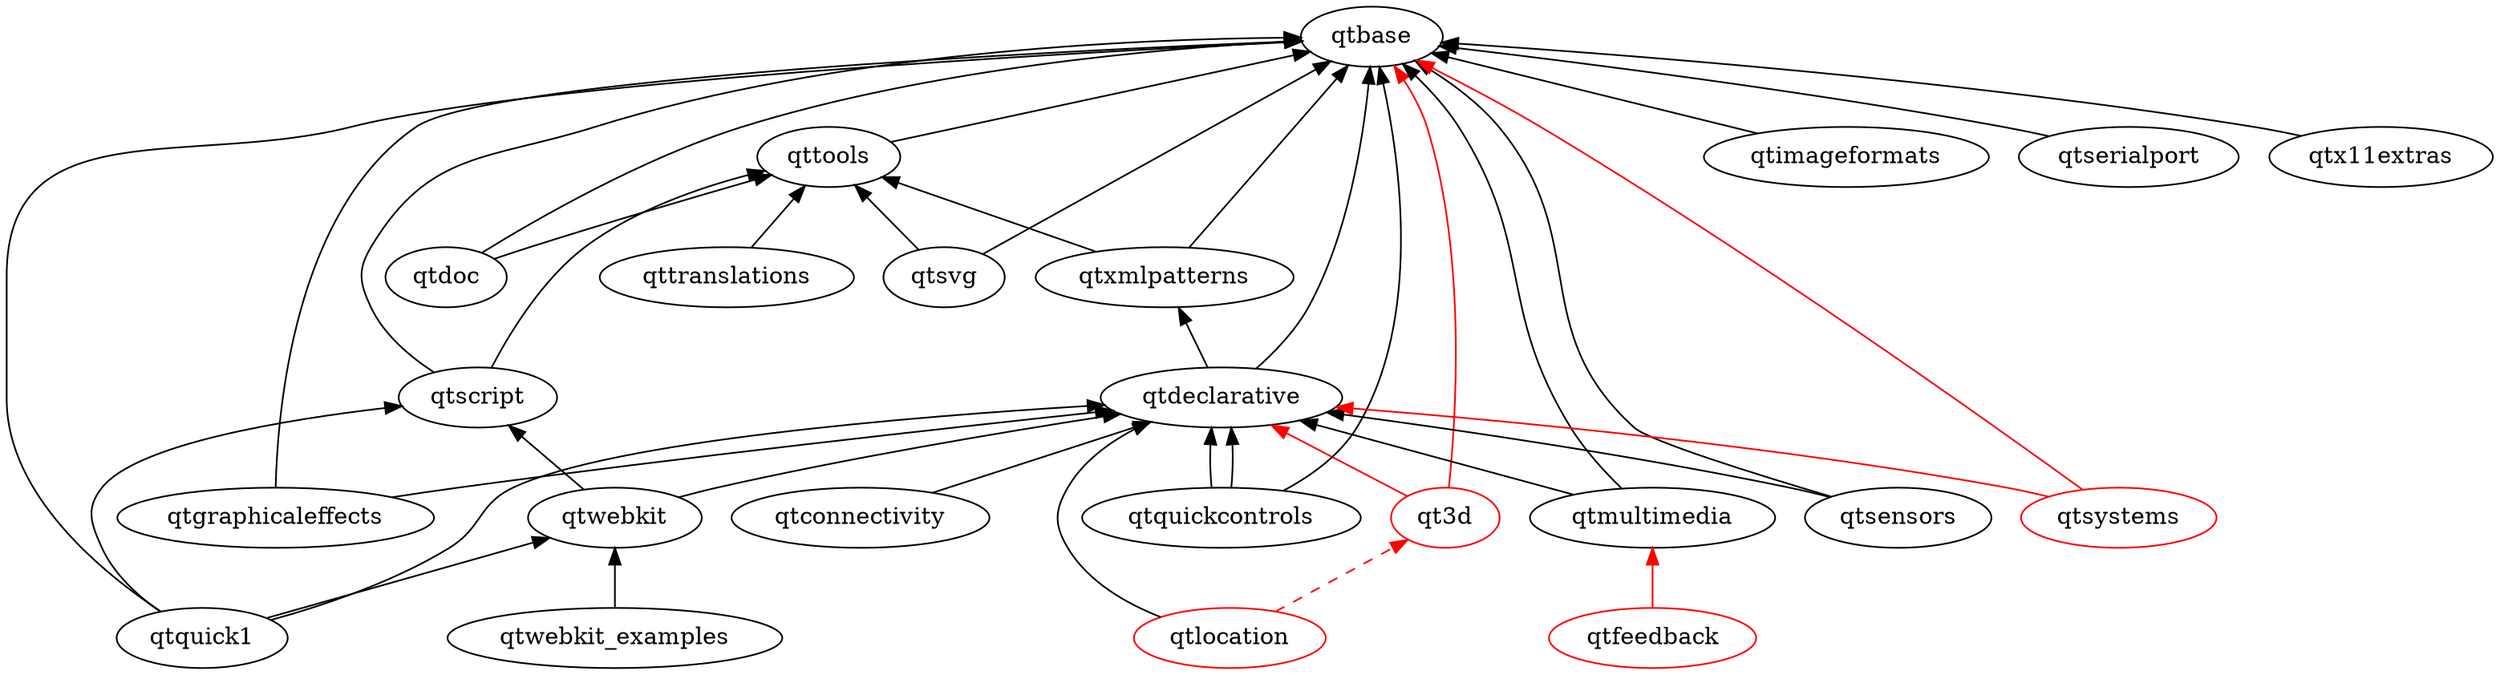
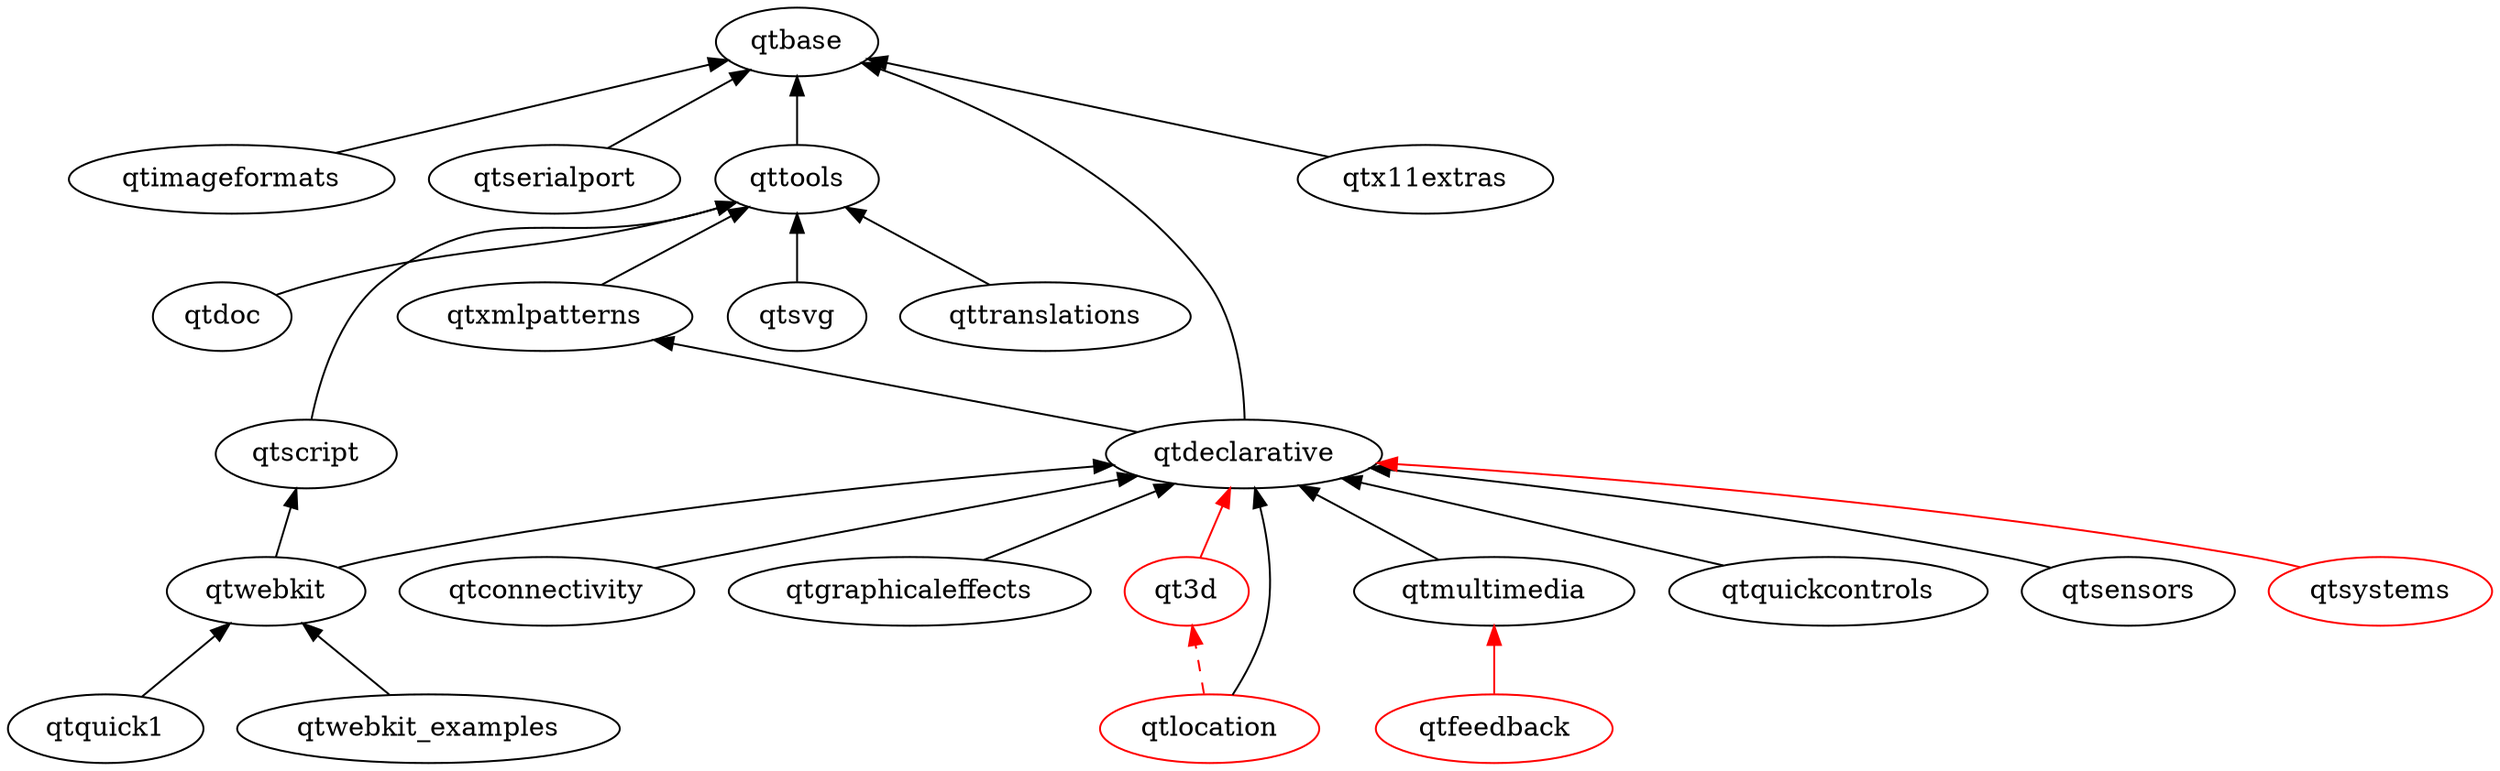
digraph qt5 {
  graph [
    rankdir = "BT"
  ]

  qt3d [ color = red ]
  qtbase
  qtconnectivity
  qtdeclarative
  qtdoc
  qtfeedback [ color = red ]
  qtgraphicaleffects
  qtimageformats
  qtlocation [color = red]
  qtmultimedia
  qtquick1
  qtquickcontrols
  qtscript
  qtsensors
  qtserialport
  qtsvg
  qtsystems [ color = red ]
  qttools
  qttranslations
  qtwebkit
  qtwebkit_examples
  qtx11extras
  qtxmlpatterns

  qtconnectivity -> qtdeclarative
  qtdeclarative -> qtbase
  qtdeclarative -> qtxmlpatterns
-   qtdoc -> qtbase
  qtdoc -> qttools
-   qtgraphicaleffects -> qtbase
  qtgraphicaleffects -> qtdeclarative
  qtimageformats -> qtbase
-   qtmultimedia -> qtbase
  qtmultimedia -> qtdeclarative
-   qtquick1 -> qtbase
-   qtquick1 -> qtdeclarative
-   qtquick1 -> qtscript
  qtquick1 -> qtwebkit
-   qtquickcontrols -> qtbase
  qtquickcontrols -> qtdeclarative
-   qtquickcontrols -> qtdeclarative
-   qtsensors -> qtbase
  qtsensors -> qtdeclarative
  qtserialport -> qtbase
-   qtscript -> qtbase
  qtscript -> qttools
-   qtsvg -> qtbase
  qtsvg -> qttools
  qttools -> qtbase
  qttranslations -> qttools
  qtwebkit -> qtdeclarative
  qtwebkit -> qtscript
  qtwebkit_examples -> qtwebkit
  qtx11extras -> qtbase
-   qtxmlpatterns -> qtbase
  qtxmlpatterns -> qttools

  // unsure/not-uploaded
-   qt3d -> qtbase [ color = red ]
  qt3d -> qtdeclarative [ color = red ]
  qtfeedback -> qtmultimedia [ color = red ]
  qtlocation -> qt3d [color = red style = dashed]
  qtlocation -> qtdeclarative
-   qtsystems -> qtbase [ color = red ]
  qtsystems -> qtdeclarative [ color = red ]
}
